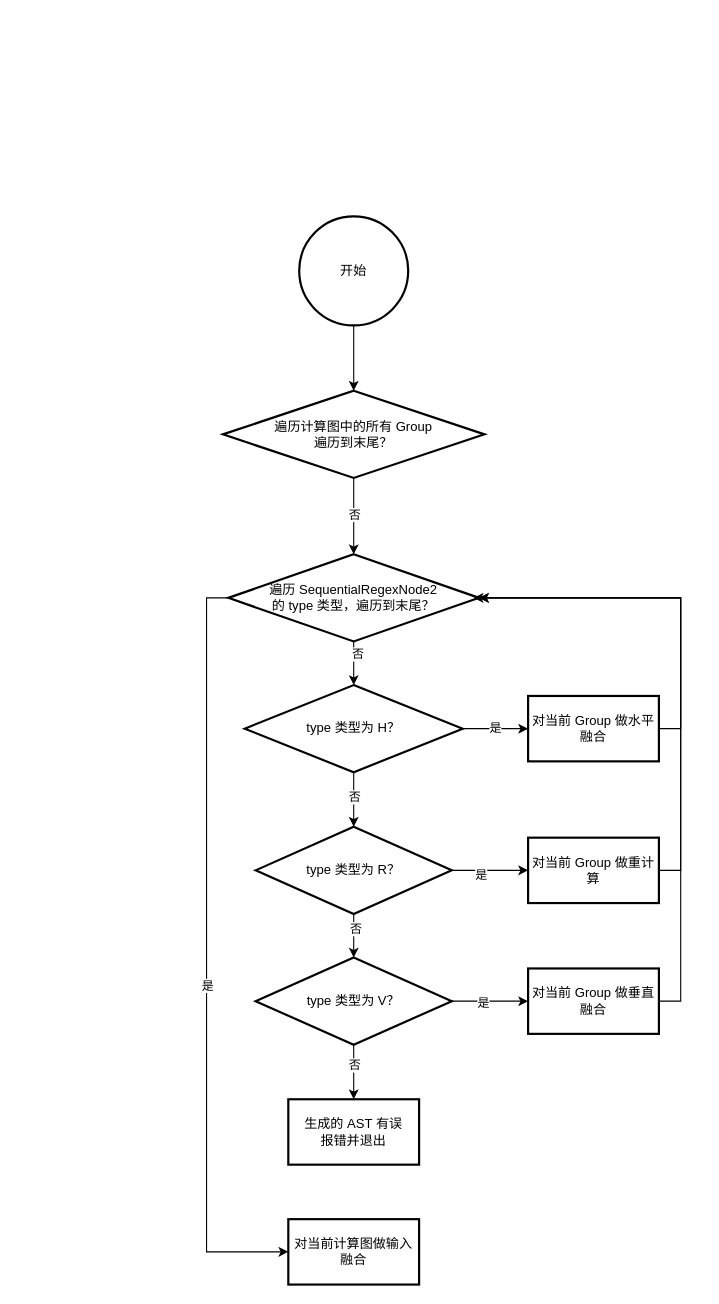
Earlier version of the draw.io diagram AST执行流程图.drawio (jiahy0825/draw.io). Source tidied: cells renumbered, new cells numbered last; positions are measured from the earlier drawing's top-left corner, leaving out a move shared by most shapes. Both pictures are drawn from the tidied source at 109%, with x=0, y=0 at pixel (222, 216).
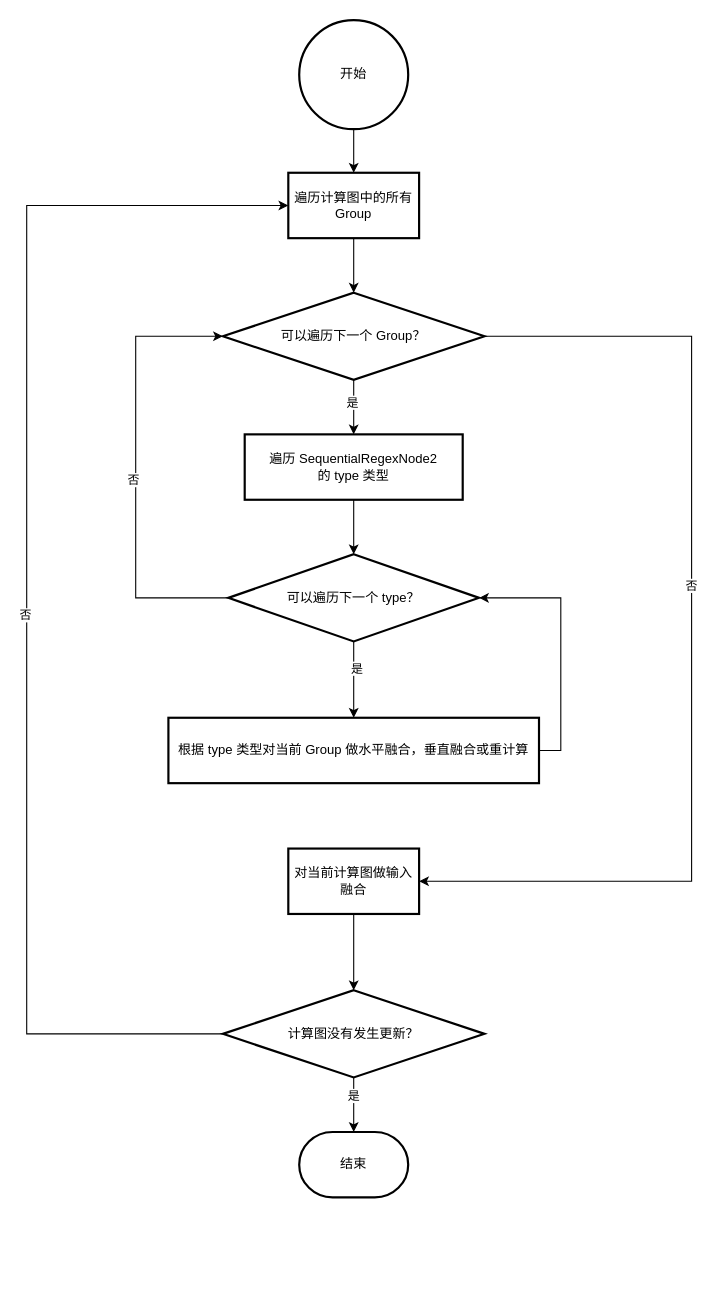
The same diagram, later.

Commit message (it also covers changes not shown here):
更新AST执行流程图.drawio

Diff of the diagram source:
```diff
@@
-    <mxCell id="2" style="edgeStyle=orthogonalEdgeStyle;rounded=0;jettySize=auto;html=1;" parent="1" edge="1" source="3" target="6">
-      <mxGeometry relative="1" as="geometry" />
-    </mxCell>
+    <mxCell id="34" style="edgeStyle=orthogonalEdgeStyle;rounded=0;jettySize=auto;html=1;exitX=0.5;exitY=1;exitDx=0;exitDy=0;exitPerimeter=0;entryX=0.5;entryY=0;entryDx=0;entryDy=0;" parent="1" edge="1" source="3" target="51">
+      <mxGeometry relative="1" as="geometry" />
+    </mxCell>
     <mxCell id="3" value="开始" style="strokeWidth=2;html=1;shape=mxgraph.flowchart.start_2;whiteSpace=wrap;" parent="1" vertex="1">
-      <mxGeometry x="70" width="100" height="100" as="geometry" />
+      <mxGeometry x="70" y="-180" width="100" height="100" as="geometry" />
     </mxCell>
-    <mxCell id="4" style="edgeStyle=orthogonalEdgeStyle;rounded=0;jettySize=auto;html=1;" parent="1" edge="1" source="6" target="11">
-      <mxGeometry relative="1" as="geometry" />
-    </mxCell>
-    <mxCell id="5" value="否" style="edgeLabel;html=1;align=center;verticalAlign=middle;" parent="4" vertex="1">
-      <mxGeometry x="-0.05" relative="1" as="geometry" />
-    </mxCell>
+    <mxCell id="35" style="edgeStyle=orthogonalEdgeStyle;rounded=0;jettySize=auto;html=1;exitX=0.5;exitY=1;exitDx=0;exitDy=0;entryX=0.5;entryY=0;entryDx=0;entryDy=0;" parent="1" edge="1" source="6" target="53">
+      <mxGeometry relative="1" as="geometry" />
+    </mxCell>
+    <mxCell id="36" value="是" style="edgeLabel;html=1;align=center;verticalAlign=middle;" parent="35" vertex="1">
+      <mxGeometry x="-0.17" y="-2" relative="1" as="geometry">
+        <mxPoint y="-1" as="offset" />
+      </mxGeometry>
+    </mxCell>
+    <mxCell id="37" style="edgeStyle=orthogonalEdgeStyle;rounded=0;jettySize=auto;html=1;exitX=1;exitY=0.5;exitDx=0;exitDy=0;entryX=1;entryY=0.5;entryDx=0;entryDy=0;" parent="1" edge="1" source="6" target="33">
+      <mxGeometry relative="1" as="geometry">
+        <Array as="points">
+          <mxPoint x="430" y="110" />
+          <mxPoint x="430" y="610" />
+        </Array>
+      </mxGeometry>
+    </mxCell>
+    <mxCell id="38" value="否" style="edgeLabel;html=1;align=center;verticalAlign=middle;" parent="37" vertex="1">
+      <mxGeometry x="-0.11" y="-1" relative="1" as="geometry" />
+    </mxCell>
-    <mxCell id="6" value="遍历计算图中的所有 Group&lt;br&gt;遍历到末尾？" style="rhombus;whiteSpace=wrap;html=1;strokeWidth=2;" parent="1" vertex="1">
-      <mxGeometry y="160" width="240" height="80" as="geometry" />
+    <mxCell id="6" value="可以遍历下一个 Group？" style="rhombus;whiteSpace=wrap;html=1;strokeWidth=2;" parent="1" vertex="1">
+      <mxGeometry y="70" width="240" height="80" as="geometry" />
     </mxCell>
-    <mxCell id="7" style="edgeStyle=orthogonalEdgeStyle;rounded=0;jettySize=auto;html=1;" parent="1" edge="1" source="11" target="15">
+    <mxCell id="7" style="edgeStyle=orthogonalEdgeStyle;rounded=0;jettySize=auto;html=1;entryX=0.5;entryY=0;entryDx=0;entryDy=0;" parent="1" edge="1" source="11" target="32">
       <mxGeometry relative="1" as="geometry" />
     </mxCell>
-    <mxCell id="8" value="否" style="edgeLabel;html=1;align=center;verticalAlign=middle;" parent="7" vertex="1">
-      <mxGeometry x="-0.47" y="3" relative="1" as="geometry" />
-    </mxCell>
-    <mxCell id="9" style="edgeStyle=orthogonalEdgeStyle;rounded=0;jettySize=auto;html=1;exitX=0;exitY=0.5;exitDx=0;exitDy=0;entryX=0;entryY=0.5;entryDx=0;entryDy=0;" parent="1" edge="1" source="11" target="33">
-      <mxGeometry relative="1" as="geometry" />
-    </mxCell>
-    <mxCell id="10" value="是" style="edgeLabel;html=1;align=center;verticalAlign=middle;" parent="9" vertex="1">
-      <mxGeometry x="0.08" relative="1" as="geometry" />
-    </mxCell>
+    <mxCell id="39" value="是" style="edgeLabel;html=1;align=center;verticalAlign=middle;" parent="7" vertex="1">
+      <mxGeometry x="-0.3" y="2" relative="1" as="geometry">
+        <mxPoint y="-1" as="offset" />
+      </mxGeometry>
+    </mxCell>
+    <mxCell id="40" style="edgeStyle=orthogonalEdgeStyle;rounded=0;jettySize=auto;html=1;exitX=0;exitY=0.5;exitDx=0;exitDy=0;entryX=0;entryY=0.5;entryDx=0;entryDy=0;" parent="1" edge="1" source="11" target="6">
+      <mxGeometry relative="1" as="geometry">
+        <Array as="points">
+          <mxPoint x="-80" y="350" />
+          <mxPoint x="-80" y="110" />
+        </Array>
+      </mxGeometry>
+    </mxCell>
+    <mxCell id="41" value="否" style="edgeLabel;html=1;align=center;verticalAlign=middle;" parent="40" vertex="1">
+      <mxGeometry x="-0.04" y="3" relative="1" as="geometry" />
+    </mxCell>
-    <mxCell id="11" value="遍历 SequentialRegexNode2&lt;br&gt;的 type 类型，遍历到末尾？&lt;br&gt;&lt;span style=&quot;font-size: medium; text-align: start;&quot;&gt;&lt;/span&gt;" style="rhombus;whiteSpace=wrap;html=1;strokeWidth=2;" parent="1" vertex="1">
+    <mxCell id="11" value="可以遍历下一个 type？" style="rhombus;whiteSpace=wrap;html=1;strokeWidth=2;" parent="1" vertex="1">
       <mxGeometry x="5" y="310" width="230" height="80" as="geometry" />
     </mxCell>
-    <mxCell id="12" style="edgeStyle=orthogonalEdgeStyle;rounded=0;jettySize=auto;html=1;" parent="1" edge="1" source="15">
-      <mxGeometry relative="1" as="geometry">
-        <mxPoint x="120" y="560" as="targetPoint" />
-      </mxGeometry>
-    </mxCell>
-    <mxCell id="13" value="否" style="edgeLabel;html=1;align=center;verticalAlign=middle;" parent="12" vertex="1">
-      <mxGeometry x="-0.02" y="3" relative="1" as="geometry" />
-    </mxCell>
-    <mxCell id="14" value="是" style="edgeStyle=orthogonalEdgeStyle;rounded=0;jettySize=auto;html=1;exitX=1;exitY=0.5;exitDx=0;exitDy=0;entryX=0;entryY=0.5;entryDx=0;entryDy=0;" parent="1" edge="1" source="15" target="22">
-      <mxGeometry relative="1" as="geometry" />
-    </mxCell>
-    <mxCell id="15" value="type 类型为 H？" style="rhombus;whiteSpace=wrap;html=1;strokeWidth=2;" parent="1" vertex="1">
-      <mxGeometry x="20" y="430" width="200" height="80" as="geometry" />
-    </mxCell>
-    <mxCell id="16" style="edgeStyle=orthogonalEdgeStyle;rounded=0;jettySize=auto;html=1;" parent="1" edge="1" source="20" target="24">
-      <mxGeometry relative="1" as="geometry" />
-    </mxCell>
-    <mxCell id="17" value="是" style="edgeLabel;html=1;align=center;verticalAlign=middle;" parent="16" vertex="1">
-      <mxGeometry x="-0.26" y="-2" relative="1" as="geometry">
-        <mxPoint y="1" as="offset" />
-      </mxGeometry>
-    </mxCell>
-    <mxCell id="18" style="edgeStyle=orthogonalEdgeStyle;rounded=0;jettySize=auto;html=1;" parent="1" edge="1" source="20" target="29">
-      <mxGeometry relative="1" as="geometry" />
-    </mxCell>
-    <mxCell id="19" value="否" style="edgeLabel;html=1;align=center;verticalAlign=middle;" parent="18" vertex="1">
-      <mxGeometry x="-0.33" y="1" relative="1" as="geometry" />
-    </mxCell>
-    <mxCell id="20" value="type 类型为 R？" style="rhombus;whiteSpace=wrap;html=1;strokeWidth=2;" parent="1" vertex="1">
-      <mxGeometry x="30" y="560" width="180" height="80" as="geometry" />
-    </mxCell>
-    <mxCell id="21" style="edgeStyle=orthogonalEdgeStyle;rounded=0;jettySize=auto;html=1;exitX=1;exitY=0.5;exitDx=0;exitDy=0;entryX=1;entryY=0.5;entryDx=0;entryDy=0;" parent="1" edge="1" source="22" target="11">
-      <mxGeometry relative="1" as="geometry" />
-    </mxCell>
-    <mxCell id="22" value="对当前 Group 做水平融合" style="whiteSpace=wrap;html=1;strokeWidth=2;" parent="1" vertex="1">
-      <mxGeometry x="280" y="440" width="120" height="60" as="geometry" />
-    </mxCell>
-    <mxCell id="23" style="edgeStyle=orthogonalEdgeStyle;rounded=0;jettySize=auto;html=1;exitX=1;exitY=0.5;exitDx=0;exitDy=0;" parent="1" edge="1" source="24">
-      <mxGeometry relative="1" as="geometry">
-        <mxPoint x="230" y="350" as="targetPoint" />
-        <Array as="points">
-          <mxPoint x="420" y="600" />
-          <mxPoint x="420" y="350" />
-        </Array>
-      </mxGeometry>
-    </mxCell>
-    <mxCell id="24" value="对当前 Group 做重计算" style="whiteSpace=wrap;html=1;strokeWidth=2;" parent="1" vertex="1">
-      <mxGeometry x="280" y="570" width="120" height="60" as="geometry" />
-    </mxCell>
-    <mxCell id="25" style="edgeStyle=orthogonalEdgeStyle;rounded=0;jettySize=auto;html=1;" parent="1" edge="1" source="29" target="31">
-      <mxGeometry relative="1" as="geometry" />
-    </mxCell>
-    <mxCell id="26" value="是" style="edgeLabel;html=1;align=center;verticalAlign=middle;" parent="25" vertex="1">
-      <mxGeometry x="-0.2" relative="1" as="geometry">
-        <mxPoint y="1" as="offset" />
-      </mxGeometry>
-    </mxCell>
-    <mxCell id="27" style="edgeStyle=orthogonalEdgeStyle;rounded=0;jettySize=auto;html=1;" parent="1" edge="1" source="29" target="32">
-      <mxGeometry relative="1" as="geometry" />
-    </mxCell>
-    <mxCell id="28" value="否" style="edgeLabel;html=1;align=center;verticalAlign=middle;" parent="27" vertex="1">
-      <mxGeometry x="-0.3" relative="1" as="geometry" />
-    </mxCell>
-    <mxCell id="29" value="type 类型为 V？" style="rhombus;whiteSpace=wrap;html=1;strokeWidth=2;" parent="1" vertex="1">
-      <mxGeometry x="30" y="680" width="180" height="80" as="geometry" />
-    </mxCell>
-    <mxCell id="30" style="edgeStyle=orthogonalEdgeStyle;rounded=0;jettySize=auto;html=1;exitX=1;exitY=0.5;exitDx=0;exitDy=0;entryX=1;entryY=0.5;entryDx=0;entryDy=0;" parent="1" edge="1" source="31" target="11">
-      <mxGeometry relative="1" as="geometry" />
-    </mxCell>
-    <mxCell id="31" value="对当前 Group 做垂直融合" style="whiteSpace=wrap;html=1;strokeWidth=2;" parent="1" vertex="1">
-      <mxGeometry x="280" y="690" width="120" height="60" as="geometry" />
-    </mxCell>
+    <mxCell id="42" style="edgeStyle=orthogonalEdgeStyle;rounded=0;jettySize=auto;html=1;exitX=1;exitY=0.5;exitDx=0;exitDy=0;entryX=1;entryY=0.5;entryDx=0;entryDy=0;" parent="1" edge="1" source="32" target="11">
+      <mxGeometry relative="1" as="geometry" />
+    </mxCell>
-    <mxCell id="32" value="生成的 AST 有误&lt;br&gt;报错并退出" style="whiteSpace=wrap;html=1;strokeWidth=2;" parent="1" vertex="1">
-      <mxGeometry x="60" y="810" width="120" height="60" as="geometry" />
+    <mxCell id="32" value="根据 type 类型对当前 Group 做水平融合，垂直融合或重计算" style="whiteSpace=wrap;html=1;strokeWidth=2;" parent="1" vertex="1">
+      <mxGeometry x="-50" y="460" width="340" height="60" as="geometry" />
     </mxCell>
+    <mxCell id="43" style="edgeStyle=orthogonalEdgeStyle;rounded=0;jettySize=auto;html=1;" parent="1" edge="1" source="33" target="48">
+      <mxGeometry relative="1" as="geometry" />
+    </mxCell>
     <mxCell id="33" value="对当前计算图做输入融合" style="whiteSpace=wrap;html=1;strokeWidth=2;" parent="1" vertex="1">
-      <mxGeometry x="60" y="920" width="120" height="60" as="geometry" />
+      <mxGeometry x="60" y="580" width="120" height="60" as="geometry" />
     </mxCell>
+    <mxCell id="44" style="edgeStyle=orthogonalEdgeStyle;rounded=0;jettySize=auto;html=1;exitX=0.5;exitY=1;exitDx=0;exitDy=0;entryX=0.5;entryY=0;entryDx=0;entryDy=0;entryPerimeter=0;" parent="1" edge="1" source="48" target="49">
+      <mxGeometry relative="1" as="geometry" />
+    </mxCell>
+    <mxCell id="45" value="是" style="edgeLabel;html=1;align=center;verticalAlign=middle;" parent="44" vertex="1">
+      <mxGeometry x="-0.35" y="-1" relative="1" as="geometry" />
+    </mxCell>
+    <mxCell id="46" style="edgeStyle=orthogonalEdgeStyle;rounded=0;jettySize=auto;html=1;exitX=0;exitY=0.5;exitDx=0;exitDy=0;entryX=0;entryY=0.5;entryDx=0;entryDy=0;" parent="1" edge="1" source="48" target="51">
+      <mxGeometry relative="1" as="geometry">
+        <Array as="points">
+          <mxPoint x="-180" y="750" />
+          <mxPoint x="-180" y="-10" />
+        </Array>
+      </mxGeometry>
+    </mxCell>
+    <mxCell id="47" value="否" style="edgeLabel;html=1;align=center;verticalAlign=middle;" parent="46" vertex="1">
+      <mxGeometry x="-0.04" y="2" relative="1" as="geometry">
+        <mxPoint y="1" as="offset" />
+      </mxGeometry>
+    </mxCell>
+    <mxCell id="48" value="计算图没有发生更新？" style="rhombus;whiteSpace=wrap;html=1;strokeWidth=2;" parent="1" vertex="1">
+      <mxGeometry y="710" width="240" height="80" as="geometry" />
+    </mxCell>
+    <mxCell id="49" value="结束" style="strokeWidth=2;html=1;shape=mxgraph.flowchart.terminator;whiteSpace=wrap;" parent="1" vertex="1">
+      <mxGeometry x="70" y="840" width="100" height="60" as="geometry" />
+    </mxCell>
+    <mxCell id="50" style="edgeStyle=orthogonalEdgeStyle;rounded=0;jettySize=auto;html=1;exitX=0.5;exitY=1;exitDx=0;exitDy=0;entryX=0.5;entryY=0;entryDx=0;entryDy=0;" parent="1" edge="1" source="51" target="6">
+      <mxGeometry relative="1" as="geometry" />
+    </mxCell>
+    <mxCell id="51" value="遍历计算图中的所有 Group" style="whiteSpace=wrap;html=1;strokeWidth=2;" parent="1" vertex="1">
+      <mxGeometry x="60" y="-40" width="120" height="60" as="geometry" />
+    </mxCell>
+    <mxCell id="52" style="edgeStyle=orthogonalEdgeStyle;rounded=0;jettySize=auto;html=1;exitX=0.5;exitY=1;exitDx=0;exitDy=0;entryX=0.5;entryY=0;entryDx=0;entryDy=0;" parent="1" edge="1" source="53" target="11">
+      <mxGeometry relative="1" as="geometry" />
+    </mxCell>
+    <mxCell id="53" value="遍历 SequentialRegexNode2&lt;br style=&quot;border-color: var(--border-color);&quot;&gt;的 type 类型" style="whiteSpace=wrap;html=1;strokeWidth=2;" parent="1" vertex="1">
+      <mxGeometry x="20" y="200" width="200" height="60" as="geometry" />
+    </mxCell>
```
